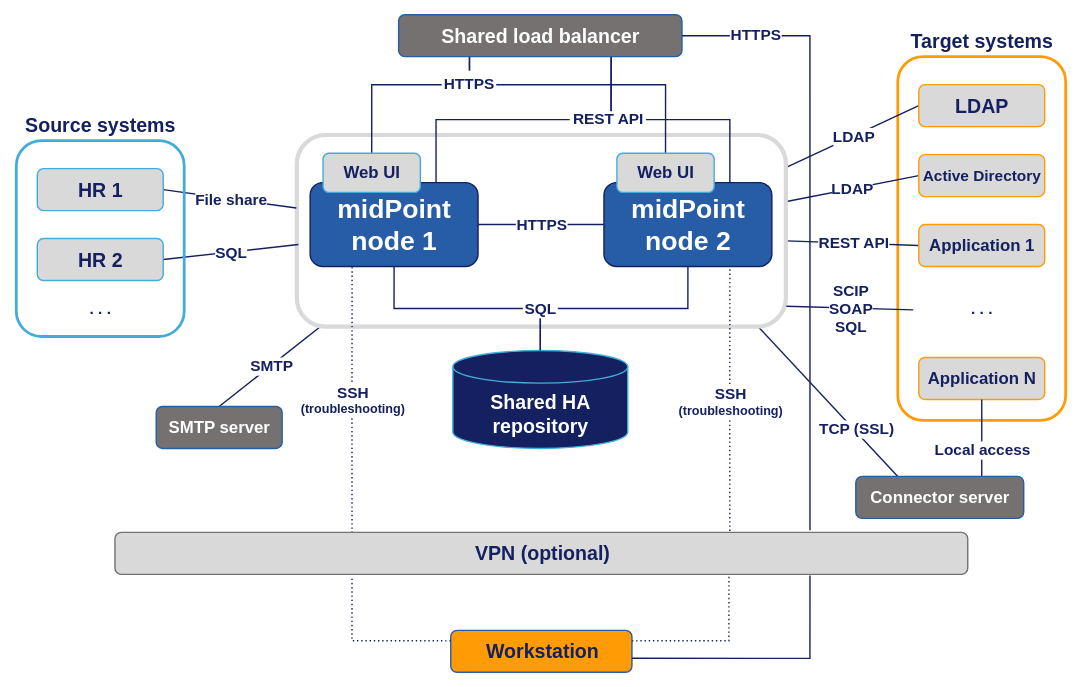
Evolveum/docs keeps this draw.io diagram as midpoint/install/system-requirements/midpoint-environment-schema-HA-two-nodes.svg. Above is the earlier version. Source tidied: cells renumbered, new cells last; positions are measured from the earlier drawing's top-left corner, leaving out a move shared by most shapes.
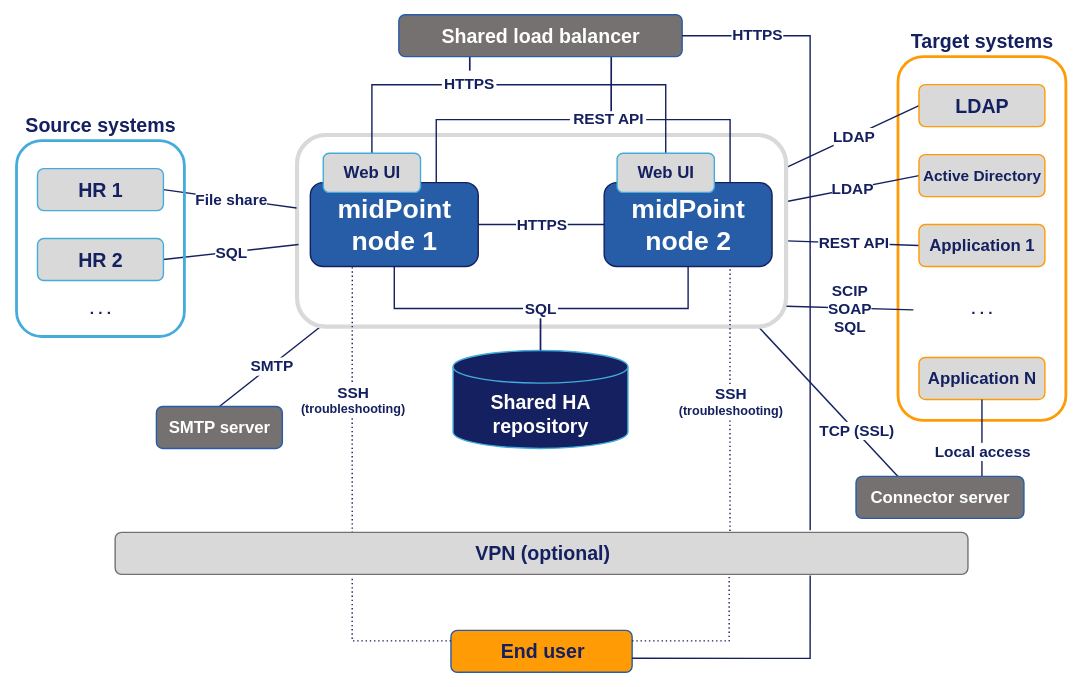
The same diagram one commit later.

Commit message:
Better wording for clear meaning

The edit, as a diff of the source:
```diff
@@ -113,7 +113,7 @@
         <mxPoint x="641" y="211" as="targetPoint" />
       </mxGeometry>
     </mxCell>
-    <mxCell id="35" value="Workstation" style="rounded=1;whiteSpace=wrap;html=1;fillColor=light-dark(#FF9B05,#265DA6);fontSize=14;fontStyle=1;fontColor=#14205F;strokeColor=#265DA6;strokeWidth=1;" parent="1" vertex="1">
+    <mxCell id="35" value="End user" style="rounded=1;whiteSpace=wrap;html=1;fillColor=light-dark(#FF9B05,#265DA6);fontSize=14;fontStyle=1;fontColor=#14205F;strokeColor=#265DA6;strokeWidth=1;" parent="1" vertex="1">
       <mxGeometry x="310.5" y="440" width="129.5" height="30" as="geometry" />
     </mxCell>
     <mxCell id="36" value="Source systems" style="rounded=1;whiteSpace=wrap;html=1;fillColor=none;fontSize=14;fontStyle=1;fontColor=#14205F;strokeColor=#44ACDB;strokeWidth=2;labelPosition=center;verticalLabelPosition=top;align=center;verticalAlign=bottom;" parent="1" vertex="1">
```
